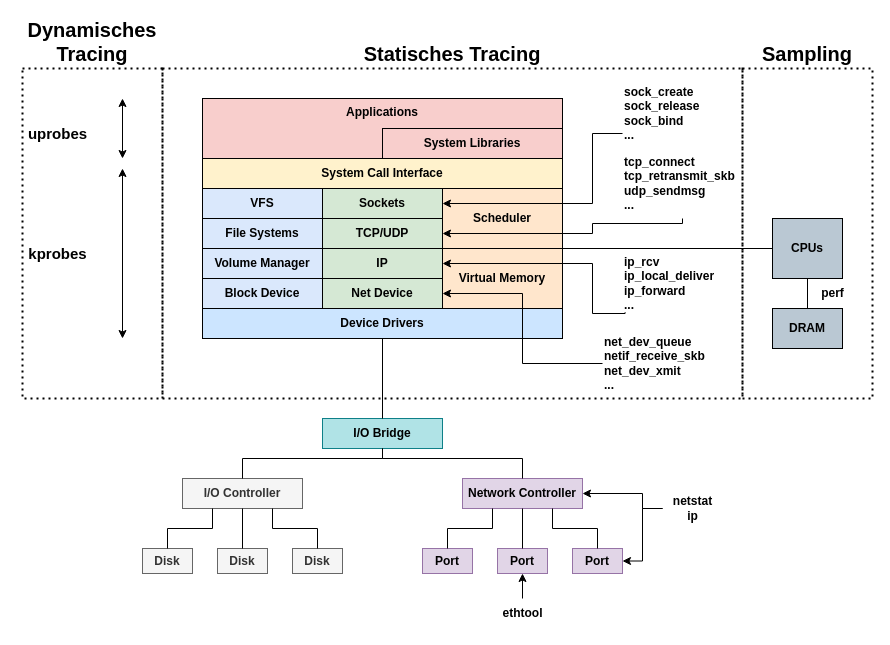
This is thesis/drawio/Probes.drawio from studhascja/Masterthesis, a draw.io file, before an edit. Source tidied: cells renumbered, new cells numbered last; positions are measured from the earlier drawing's top-left corner, leaving out a move shared by most shapes. Both pictures are drawn from the tidied source at 100%, with x=0, y=0 at pixel (17, 68).
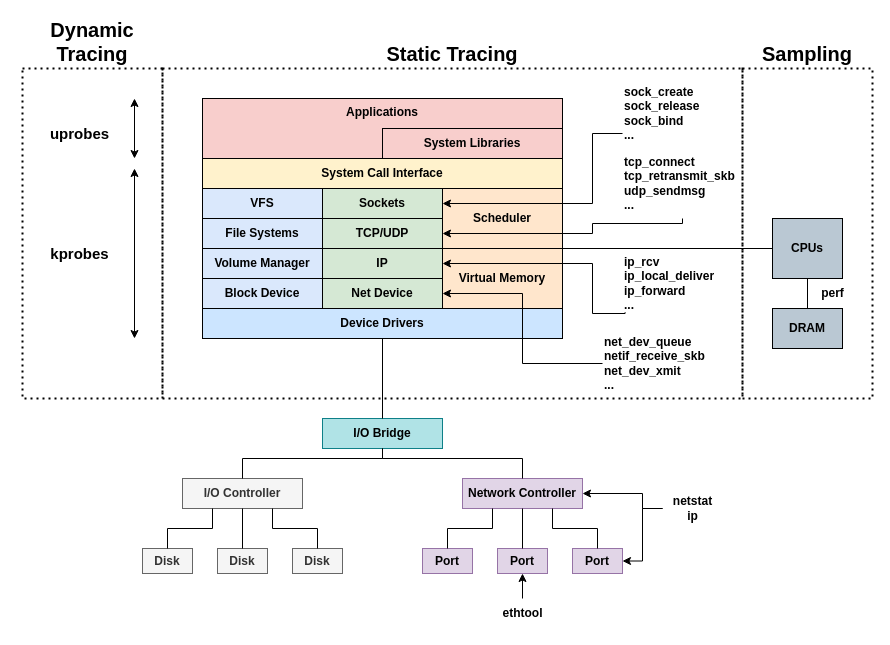
The same diagram, later.

What changed in the source:
```diff
@@
-    <mxCell id="3" value="Statisches Tracing" style="rounded=0;whiteSpace=wrap;html=1;fillColor=none;strokeWidth=2;dashed=1;dashPattern=1 2;labelPosition=center;verticalLabelPosition=top;align=center;verticalAlign=bottom;fontStyle=1;fontSize=20;" parent="1" vertex="1">
+    <mxCell id="3" value="Static Tracing" style="rounded=0;whiteSpace=wrap;html=1;fillColor=none;strokeWidth=2;dashed=1;dashPattern=1 2;labelPosition=center;verticalLabelPosition=top;align=center;verticalAlign=bottom;fontStyle=1;fontSize=20;" parent="1" vertex="1">
       <mxGeometry x="145" width="580" height="330" as="geometry" />
     </mxCell>
-    <mxCell id="4" value="Dynamisches Tracing" style="rounded=0;whiteSpace=wrap;html=1;fillColor=none;strokeWidth=2;dashed=1;dashPattern=1 2;labelPosition=center;verticalLabelPosition=top;align=center;verticalAlign=bottom;fontSize=20;fontStyle=1;" parent="1" vertex="1">
+    <mxCell id="4" value="Dynamic Tracing" style="rounded=0;whiteSpace=wrap;html=1;fillColor=none;strokeWidth=2;dashed=1;dashPattern=1 2;labelPosition=center;verticalLabelPosition=top;align=center;verticalAlign=bottom;fontSize=20;fontStyle=1;" parent="1" vertex="1">
       <mxGeometry x="5" width="140" height="330" as="geometry" />
     </mxCell>
@@
     <mxCell id="27" style="endArrow=classic;startArrow=classic;html=1;rounded=0;fontStyle=1;" parent="1" edge="1">
       <mxGeometry relative="1" as="geometry">
-        <mxPoint x="105" y="90" as="sourcePoint" />
-        <mxPoint x="105" y="30" as="targetPoint" />
+        <mxPoint x="117" y="90" as="sourcePoint" />
+        <mxPoint x="117" y="30" as="targetPoint" />
       </mxGeometry>
     </mxCell>
     <mxCell id="28" style="endArrow=classic;startArrow=classic;html=1;rounded=0;fontStyle=1;" parent="1" edge="1">
       <mxGeometry relative="1" as="geometry">
-        <mxPoint x="105" y="270" as="sourcePoint" />
-        <mxPoint x="105" y="100" as="targetPoint" />
+        <mxPoint x="117" y="270" as="sourcePoint" />
+        <mxPoint x="117" y="100" as="targetPoint" />
       </mxGeometry>
     </mxCell>
     <mxCell id="29" value="&lt;font style=&quot;font-size: 15px;&quot;&gt;&lt;span&gt;uprobes&lt;/span&gt;&lt;/font&gt;" style="text;html=1;align=center;verticalAlign=middle;strokeColor=none;fillColor=none;fontStyle=1;" parent="1" vertex="1">
-      <mxGeometry y="50" width="80" height="30" as="geometry" />
+      <mxGeometry x="22" y="50" width="80" height="30" as="geometry" />
     </mxCell>
     <mxCell id="30" value="&lt;font style=&quot;font-size: 15px;&quot;&gt;&lt;span&gt;kprobes&lt;/span&gt;&lt;/font&gt;" style="text;html=1;align=center;verticalAlign=middle;strokeColor=none;fillColor=none;fontStyle=1;" parent="1" vertex="1">
-      <mxGeometry y="170" width="80" height="30" as="geometry" />
+      <mxGeometry x="22" y="170" width="80" height="30" as="geometry" />
     </mxCell>
```
